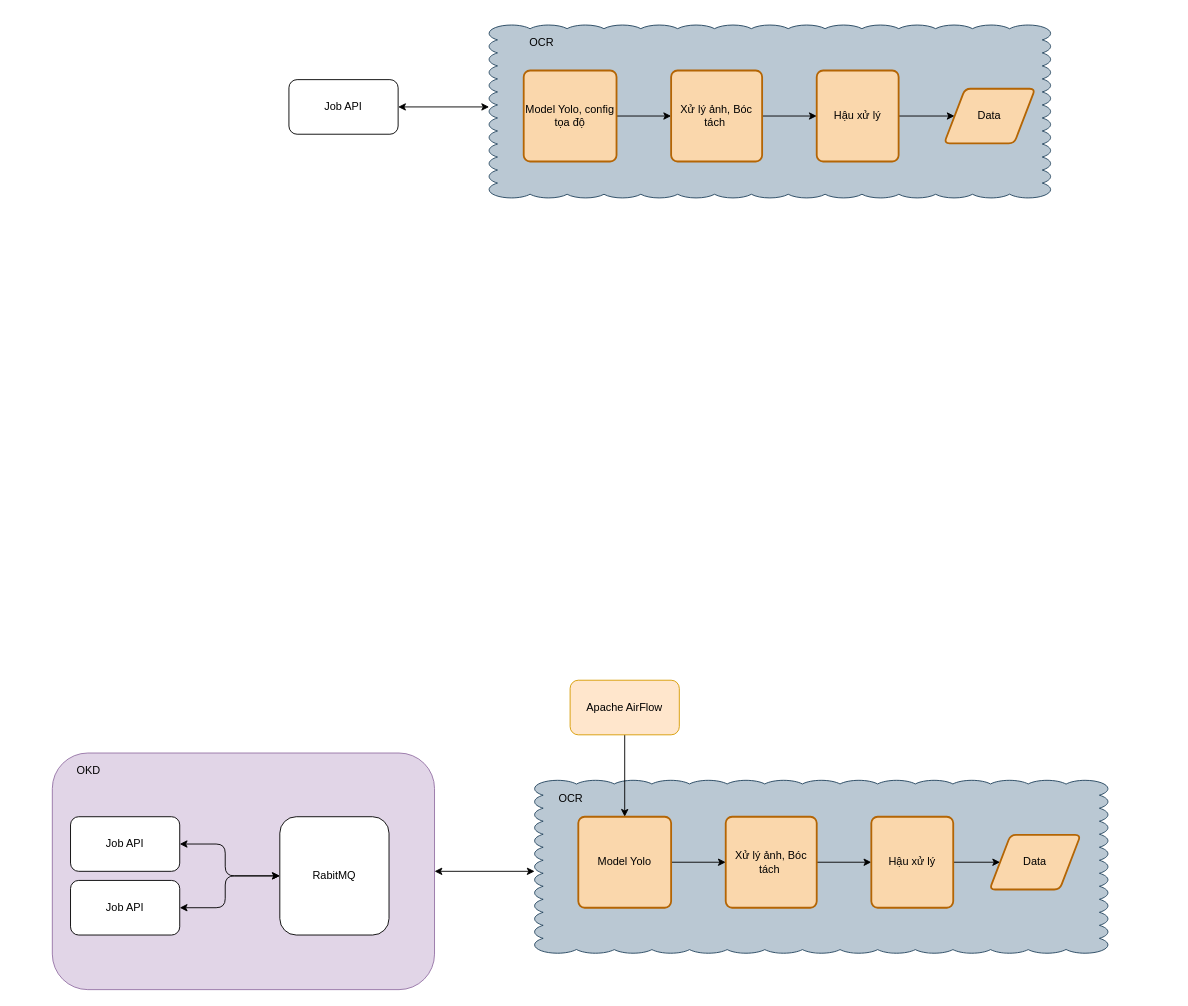
This is Untitled Diagram.drawio from chuyendq9x/adm, a draw.io file, before an edit. Source tidied: cells renumbered, new cells numbered last; positions are measured from the earlier drawing's top-left corner, leaving out a move shared by most shapes. Both pictures are drawn from the tidied source at 91%, with x=0, y=0 at pixel (52, 25).
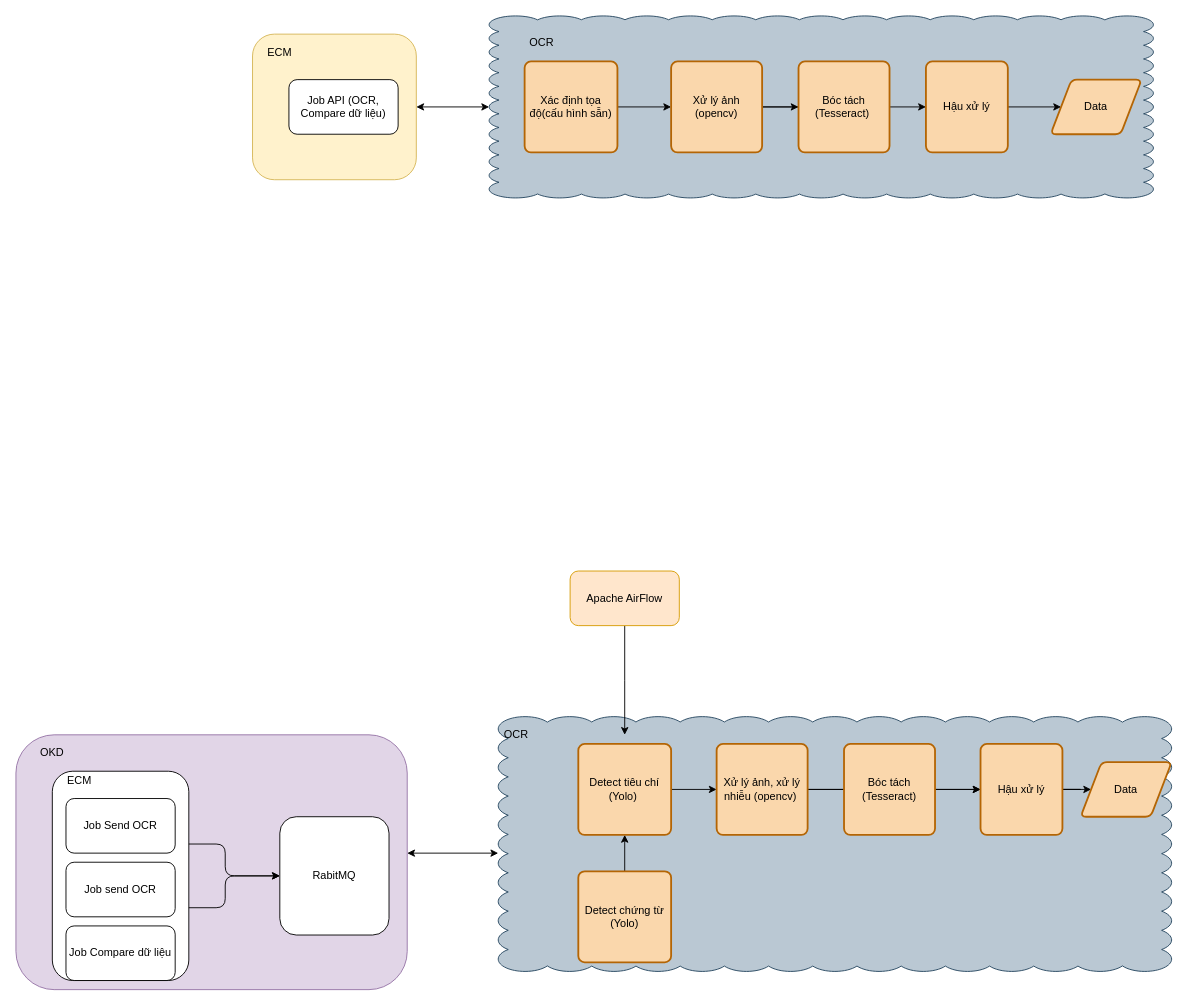
The same diagram, later.

Change to the diagram source:
```diff
@@
+    <mxCell id="33" style="rounded=1;whiteSpace=wrap;html=1;" parent="1" vertex="1">
+      <mxGeometry x="-10" y="840" width="170" height="180" as="geometry" />
+    </mxCell>
+    <mxCell id="34" style="rounded=1;whiteSpace=wrap;html=1;fillColor=#fff2cc;strokeColor=#d6b656;" parent="1" vertex="1">
+      <mxGeometry x="220" y="10" width="180" height="160" as="geometry" />
+    </mxCell>
     <mxCell id="2" style="whiteSpace=wrap;html=1;shape=mxgraph.basic.cloud_rect;fillColor=#bac8d3;strokeColor=#23445d;" parent="1" vertex="1">
-      <mxGeometry x="530" y="830" width="630" height="190" as="geometry" />
+      <mxGeometry x="490" y="760" width="740" height="280" as="geometry" />
     </mxCell>
@@
+    <mxCell id="35" style="edgeStyle=orthogonalEdgeStyle;rounded=0;jettySize=auto;html=1;" parent="1" edge="1" source="5" target="7">
+      <mxGeometry relative="1" as="geometry" />
+    </mxCell>
-    <mxCell id="5" value="&lt;span&gt;Xử lý ảnh, Bóc tách&amp;nbsp;&lt;/span&gt;" style="rounded=1;whiteSpace=wrap;html=1;absoluteArcSize=1;arcSize=14;strokeWidth=2;fillColor=#fad7ac;strokeColor=#b46504;" parent="1" vertex="1">
-      <mxGeometry x="740" y="870" width="100" height="100" as="geometry" />
+    <mxCell id="5" value="&lt;span&gt;Xử lý ảnh, xử lý nhiễu (opencv)&amp;nbsp;&lt;/span&gt;" style="rounded=1;whiteSpace=wrap;html=1;absoluteArcSize=1;arcSize=14;strokeWidth=2;fillColor=#fad7ac;strokeColor=#b46504;" parent="1" vertex="1">
+      <mxGeometry x="730" y="790" width="100" height="100" as="geometry" />
     </mxCell>
@@
-    <mxCell id="7" value="&lt;span&gt;Hậu xử lý&lt;/span&gt;" style="rounded=1;whiteSpace=wrap;html=1;absoluteArcSize=1;arcSize=14;strokeWidth=2;fillColor=#fad7ac;strokeColor=#b46504;" parent="1" vertex="1">
-      <mxGeometry x="900" y="870" width="90" height="100" as="geometry" />
+    <mxCell id="7" value="&lt;span&gt;Hậu xử lý&lt;br&gt;&lt;/span&gt;" style="rounded=1;whiteSpace=wrap;html=1;absoluteArcSize=1;arcSize=14;strokeWidth=2;fillColor=#fad7ac;strokeColor=#b46504;" parent="1" vertex="1">
+      <mxGeometry x="1020" y="790" width="90" height="100" as="geometry" />
     </mxCell>
     <mxCell id="8" value="Data" style="shape=parallelogram;html=1;strokeWidth=2;perimeter=parallelogramPerimeter;whiteSpace=wrap;rounded=1;arcSize=12;size=0.23;fillColor=#fad7ac;strokeColor=#b46504;" parent="1" vertex="1">
-      <mxGeometry x="1030" y="890" width="100" height="60" as="geometry" />
+      <mxGeometry x="1130" y="810" width="100" height="60" as="geometry" />
     </mxCell>
     <mxCell id="9" style="rounded=1;whiteSpace=wrap;html=1;fillColor=#e1d5e7;strokeColor=#9673a6;" parent="1" vertex="1">
-      <mxGeometry y="800" width="420" height="260" as="geometry" />
+      <mxGeometry x="-40" y="780" width="430" height="280" as="geometry" />
     </mxCell>
     <mxCell id="10" value="OKD" style="text;html=1;strokeColor=none;fillColor=none;align=center;verticalAlign=middle;whiteSpace=wrap;rounded=0;" parent="1" vertex="1">
-      <mxGeometry x="20" y="810" width="40" height="20" as="geometry" />
+      <mxGeometry x="-20" y="790" width="40" height="20" as="geometry" />
     </mxCell>
-    <mxCell id="11" value="Job API" style="rounded=1;whiteSpace=wrap;html=1;" parent="1" vertex="1">
-      <mxGeometry x="20" y="870" width="120" height="60" as="geometry" />
-    </mxCell>
@@
-    <mxCell id="13" value="Job API" style="rounded=1;whiteSpace=wrap;html=1;" parent="1" vertex="1">
-      <mxGeometry x="20" y="940" width="120" height="60" as="geometry" />
-    </mxCell>
-    <mxCell id="14" style="edgeStyle=orthogonalEdgeStyle;rounded=0;jettySize=auto;html=1;" parent="1" edge="1" source="15" target="18">
-      <mxGeometry relative="1" as="geometry" />
+    <mxCell id="14" style="edgeStyle=orthogonalEdgeStyle;rounded=0;jettySize=auto;html=1;" parent="1" edge="1" source="15">
+      <mxGeometry relative="1" as="geometry">
+        <mxPoint x="629" y="780" as="targetPoint" />
+      </mxGeometry>
     </mxCell>
     <mxCell id="15" value="Apache AirFlow" style="rounded=1;whiteSpace=wrap;html=1;fillColor=#ffe6cc;strokeColor=#d79b00;" parent="1" vertex="1">
-      <mxGeometry x="569" y="720" width="120" height="60" as="geometry" />
+      <mxGeometry x="569" y="600" width="120" height="60" as="geometry" />
     </mxCell>
     <mxCell id="16" style="endArrow=classic;startArrow=classic;html=1;" parent="1" edge="1">
       <mxGeometry relative="1" as="geometry">
-        <mxPoint x="420" y="930" as="sourcePoint" />
-        <mxPoint x="530" y="930" as="targetPoint" />
+        <mxPoint x="390" y="910" as="sourcePoint" />
+        <mxPoint x="490" y="910" as="targetPoint" />
       </mxGeometry>
     </mxCell>
-    <mxCell id="17" style="endArrow=classic;startArrow=none;html=1;" parent="1" edge="1" source="18">
-      <mxGeometry relative="1" as="geometry">
-        <mxPoint x="650" y="930" as="targetPoint" />
-      </mxGeometry>
-    </mxCell>
-    <mxCell id="18" value="Model Yolo" style="rounded=1;whiteSpace=wrap;html=1;absoluteArcSize=1;arcSize=14;strokeWidth=2;fillColor=#fad7ac;strokeColor=#b46504;" parent="1" vertex="1">
-      <mxGeometry x="578" y="870" width="102" height="100" as="geometry" />
+    <mxCell id="18" value="Detect tiêu chí (Yolo)&amp;nbsp;" style="rounded=1;whiteSpace=wrap;html=1;absoluteArcSize=1;arcSize=14;strokeWidth=2;fillColor=#fad7ac;strokeColor=#b46504;" parent="1" vertex="1">
+      <mxGeometry x="578" y="790" width="102" height="100" as="geometry" />
     </mxCell>
@@
     <mxCell id="21" style="whiteSpace=wrap;html=1;shape=mxgraph.basic.cloud_rect;fillColor=#bac8d3;strokeColor=#23445d;" parent="1" vertex="1">
-      <mxGeometry x="480" width="617" height="190" as="geometry" />
+      <mxGeometry x="480" y="-10" width="730" height="200" as="geometry" />
     </mxCell>
@@
-    <mxCell id="23" value="Model Yolo, config tọa độ" style="rounded=1;whiteSpace=wrap;html=1;absoluteArcSize=1;arcSize=14;strokeWidth=2;fillColor=#fad7ac;strokeColor=#b46504;" parent="1" vertex="1">
-      <mxGeometry x="518" y="50" width="102" height="100" as="geometry" />
+    <mxCell id="23" value="Xác định tọa độ(cấu hình sẵn)" style="rounded=1;whiteSpace=wrap;html=1;absoluteArcSize=1;arcSize=14;strokeWidth=2;fillColor=#fad7ac;strokeColor=#b46504;" parent="1" vertex="1">
+      <mxGeometry x="519" y="40" width="102" height="100" as="geometry" />
     </mxCell>
@@
+    <mxCell id="36" style="edgeStyle=orthogonalEdgeStyle;rounded=0;jettySize=auto;html=1;" parent="1" edge="1" source="25" target="37">
+      <mxGeometry relative="1" as="geometry" />
+    </mxCell>
-    <mxCell id="25" value="&lt;span&gt;Xử lý ảnh, Bóc tách&amp;nbsp;&lt;/span&gt;" style="rounded=1;whiteSpace=wrap;html=1;absoluteArcSize=1;arcSize=14;strokeWidth=2;fillColor=#fad7ac;strokeColor=#b46504;" parent="1" vertex="1">
-      <mxGeometry x="680" y="50" width="100" height="100" as="geometry" />
+    <mxCell id="25" value="&lt;span&gt;Xử lý ảnh&lt;br&gt;(opencv)&lt;br&gt;&lt;/span&gt;" style="rounded=1;whiteSpace=wrap;html=1;absoluteArcSize=1;arcSize=14;strokeWidth=2;fillColor=#fad7ac;strokeColor=#b46504;" parent="1" vertex="1">
+      <mxGeometry x="680" y="40" width="100" height="100" as="geometry" />
     </mxCell>
@@
     <mxCell id="27" value="&lt;span&gt;Hậu xử lý&lt;/span&gt;" style="rounded=1;whiteSpace=wrap;html=1;absoluteArcSize=1;arcSize=14;strokeWidth=2;fillColor=#fad7ac;strokeColor=#b46504;" parent="1" vertex="1">
-      <mxGeometry x="840" y="50" width="90" height="100" as="geometry" />
+      <mxGeometry x="960" y="40" width="90" height="100" as="geometry" />
     </mxCell>
     <mxCell id="28" value="Data" style="shape=parallelogram;html=1;strokeWidth=2;perimeter=parallelogramPerimeter;whiteSpace=wrap;rounded=1;arcSize=12;size=0.23;fillColor=#fad7ac;strokeColor=#b46504;" parent="1" vertex="1">
-      <mxGeometry x="980" y="70" width="100" height="60" as="geometry" />
+      <mxGeometry x="1097" y="60" width="100" height="60" as="geometry" />
     </mxCell>
@@
-    <mxCell id="30" value="Job API" style="rounded=1;whiteSpace=wrap;html=1;" parent="1" vertex="1">
+    <mxCell id="30" value="Job API (OCR, Compare dữ liệu)" style="rounded=1;whiteSpace=wrap;html=1;" parent="1" vertex="1">
       <mxGeometry x="260" y="60" width="120" height="60" as="geometry" />
     </mxCell>
-    <mxCell id="31" style="endArrow=classic;startArrow=classic;html=1;exitX=1;exitY=0.5;exitDx=0;exitDy=0;" parent="1" edge="1" source="30">
+    <mxCell id="31" style="endArrow=classic;startArrow=classic;html=1;exitX=1;exitY=0.5;exitDx=0;exitDy=0;exitPerimeter=0;" parent="1" edge="1" source="34">
       <mxGeometry relative="1" as="geometry">
         <mxPoint x="480" y="90" as="targetPoint" />
       </mxGeometry>
     </mxCell>
     <mxCell id="32" value="OCR" style="text;html=1;strokeColor=none;fillColor=none;align=center;verticalAlign=middle;whiteSpace=wrap;rounded=0;" parent="1" vertex="1">
-      <mxGeometry x="530" y="840" width="80" height="20" as="geometry" />
+      <mxGeometry x="470" y="770" width="80" height="20" as="geometry" />
     </mxCell>
+    <mxCell id="37" value="&lt;span&gt;Bóc tách&lt;br&gt;(Tesseract)&amp;nbsp;&lt;/span&gt;" style="rounded=1;whiteSpace=wrap;html=1;absoluteArcSize=1;arcSize=14;strokeWidth=2;fillColor=#fad7ac;strokeColor=#b46504;" parent="1" vertex="1">
+      <mxGeometry x="820" y="40" width="100" height="100" as="geometry" />
+    </mxCell>
+    <mxCell id="38" value="ECM" style="text;html=1;strokeColor=none;fillColor=none;align=center;verticalAlign=middle;whiteSpace=wrap;rounded=0;" parent="1" vertex="1">
+      <mxGeometry x="230" y="20" width="40" height="20" as="geometry" />
+    </mxCell>
+    <mxCell id="39" style="rounded=1;whiteSpace=wrap;html=1;" parent="1" vertex="1">
+      <mxGeometry y="820" width="150" height="230" as="geometry" />
+    </mxCell>
+    <mxCell id="11" value="Job Send OCR" style="rounded=1;whiteSpace=wrap;html=1;" parent="1" vertex="1">
+      <mxGeometry x="15" y="850" width="120" height="60" as="geometry" />
+    </mxCell>
+    <mxCell id="13" value="Job send OCR" style="rounded=1;whiteSpace=wrap;html=1;" parent="1" vertex="1">
+      <mxGeometry x="15" y="920" width="120" height="60" as="geometry" />
+    </mxCell>
+    <mxCell id="40" value="ECM" style="text;html=1;strokeColor=none;fillColor=none;align=center;verticalAlign=middle;whiteSpace=wrap;rounded=0;" parent="1" vertex="1">
+      <mxGeometry x="10" y="820" width="40" height="20" as="geometry" />
+    </mxCell>
+    <mxCell id="41" value="Job Compare dữ liệu" style="rounded=1;whiteSpace=wrap;html=1;" parent="1" vertex="1">
+      <mxGeometry x="15" y="990" width="120" height="60" as="geometry" />
+    </mxCell>
+    <mxCell id="42" style="edgeStyle=orthogonalEdgeStyle;rounded=0;jettySize=auto;html=1;" parent="1" edge="1" source="43" target="18">
+      <mxGeometry relative="1" as="geometry" />
+    </mxCell>
+    <mxCell id="43" value="Detect chứng từ (Yolo)" style="rounded=1;whiteSpace=wrap;html=1;absoluteArcSize=1;arcSize=14;strokeWidth=2;fillColor=#fad7ac;strokeColor=#b46504;" parent="1" vertex="1">
+      <mxGeometry x="578" y="930" width="102" height="100" as="geometry" />
+    </mxCell>
+    <mxCell id="44" value="Bóc tách&lt;br&gt;(Tesseract)" style="rounded=1;whiteSpace=wrap;html=1;absoluteArcSize=1;arcSize=14;strokeWidth=2;fillColor=#fad7ac;strokeColor=#b46504;" parent="1" vertex="1">
+      <mxGeometry x="870" y="790" width="100" height="100" as="geometry" />
+    </mxCell>
```
